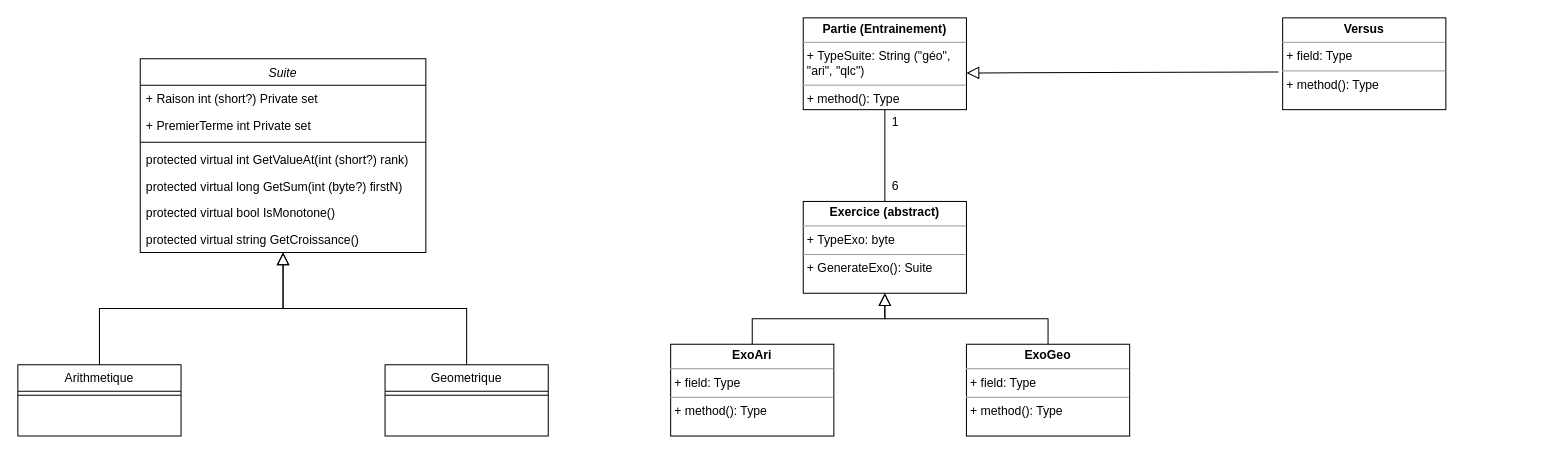
This is ClassDiagram.drawio from eSuardOdin/SuitesNumeriques, a draw.io file, before an edit. Source tidied: cells renumbered, new cells numbered last; positions are measured from the earlier drawing's top-left corner, leaving out a move shared by most shapes. Both pictures are drawn from the tidied source at 102%, with x=0, y=0 at pixel (17, 17).
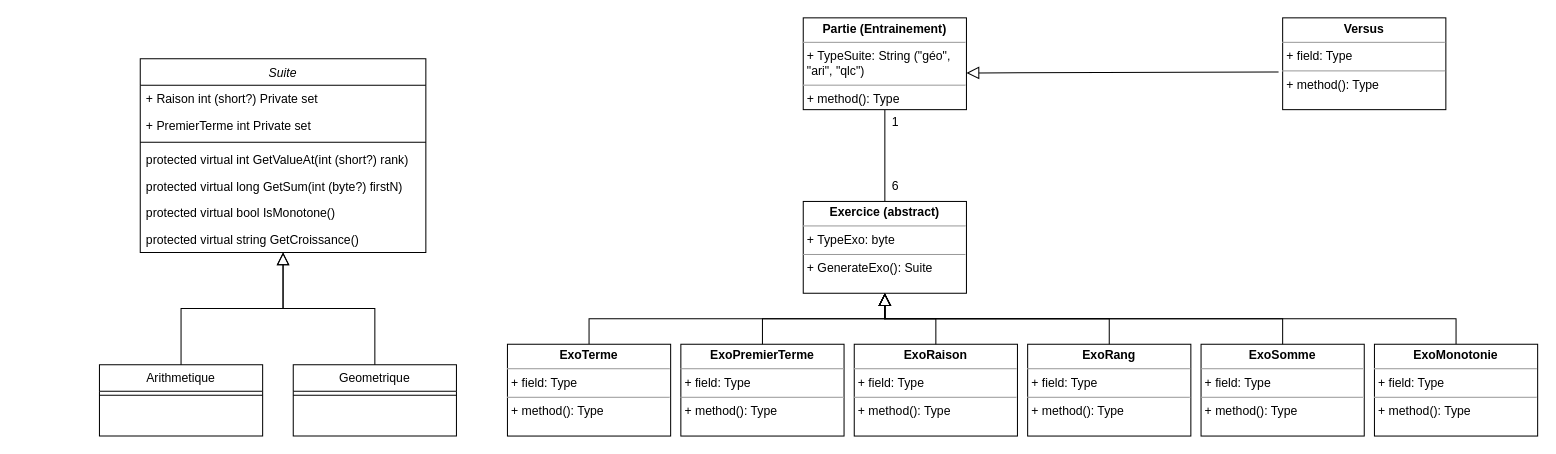
The same diagram, later.

The change refers to these unchanged cells:
```xml
<mxCell id="22" value="&lt;p style=&quot;margin:0px;margin-top:4px;text-align:center;&quot;&gt;&lt;b&gt;Exercice (abstract)&lt;/b&gt;&lt;/p&gt;&lt;hr size=&quot;1&quot;&gt;&lt;p style=&quot;margin:0px;margin-left:4px;&quot;&gt;+ TypeExo: byte&lt;/p&gt;&lt;hr size=&quot;1&quot;&gt;&lt;p style=&quot;margin:0px;margin-left:4px;&quot;&gt;+ GenerateExo(): Suite&lt;/p&gt;" style="verticalAlign=top;align=left;overflow=fill;fontSize=12;fontFamily=Helvetica;html=1;whiteSpace=wrap;" parent="1" vertex="1">
  <mxGeometry x="770" y="180" width="160" height="90" as="geometry" />
</mxCell>
```

Diff of the diagram source:
```diff
@@
     <mxCell id="10" value="Arithmetique" style="swimlane;fontStyle=0;align=center;verticalAlign=top;horizontal=1;startSize=26;rounded=0;shadow=0;strokeWidth=1;" parent="1" vertex="1">
-      <mxGeometry y="340" width="160" height="70" as="geometry" />
+      <mxGeometry x="80" y="340" width="160" height="70" as="geometry" />
     </mxCell>
@@
     <mxCell id="13" value="Geometrique" style="swimlane;fontStyle=0;align=center;verticalAlign=top;horizontal=1;startSize=26;rounded=0;shadow=0;strokeWidth=1;" parent="1" vertex="1">
-      <mxGeometry x="360" y="340" width="160" height="70" as="geometry" />
+      <mxGeometry x="270" y="340" width="160" height="70" as="geometry" />
     </mxCell>
@@
-    <mxCell id="23" value="&lt;p style=&quot;margin:0px;margin-top:4px;text-align:center;&quot;&gt;&lt;b&gt;ExoGeo&lt;/b&gt;&lt;/p&gt;&lt;hr size=&quot;1&quot;&gt;&lt;p style=&quot;margin:0px;margin-left:4px;&quot;&gt;+ field: Type&lt;/p&gt;&lt;hr size=&quot;1&quot;&gt;&lt;p style=&quot;margin:0px;margin-left:4px;&quot;&gt;+ method(): Type&lt;/p&gt;" style="verticalAlign=top;align=left;overflow=fill;fontSize=12;fontFamily=Helvetica;html=1;whiteSpace=wrap;" parent="1" vertex="1">
-      <mxGeometry x="930" y="320" width="160" height="90" as="geometry" />
-    </mxCell>
-    <mxCell id="24" value="&lt;p style=&quot;margin:0px;margin-top:4px;text-align:center;&quot;&gt;&lt;b&gt;ExoAri&lt;/b&gt;&lt;/p&gt;&lt;hr size=&quot;1&quot;&gt;&lt;p style=&quot;margin:0px;margin-left:4px;&quot;&gt;+ field: Type&lt;/p&gt;&lt;hr size=&quot;1&quot;&gt;&lt;p style=&quot;margin:0px;margin-left:4px;&quot;&gt;+ method(): Type&lt;/p&gt;" style="verticalAlign=top;align=left;overflow=fill;fontSize=12;fontFamily=Helvetica;html=1;whiteSpace=wrap;" parent="1" vertex="1">
-      <mxGeometry x="640" y="320" width="160" height="90" as="geometry" />
-    </mxCell>
-    <mxCell id="25" style="endArrow=block;endSize=10;endFill=0;shadow=0;strokeWidth=1;rounded=0;edgeStyle=elbowEdgeStyle;elbow=vertical;exitX=0.5;exitY=0;exitDx=0;exitDy=0;entryX=0.5;entryY=1;entryDx=0;entryDy=0;" parent="1" edge="1" source="23" target="22">
+    <mxCell id="25" style="endArrow=block;endSize=10;endFill=0;shadow=0;strokeWidth=1;rounded=0;edgeStyle=elbowEdgeStyle;elbow=vertical;exitX=0.5;exitY=0;exitDx=0;exitDy=0;entryX=0.5;entryY=1;entryDx=0;entryDy=0;" parent="1" edge="1" source="32" target="22">
       <mxGeometry relative="1" as="geometry" />
     </mxCell>
-    <mxCell id="26" style="endArrow=block;endSize=10;endFill=0;shadow=0;strokeWidth=1;rounded=0;edgeStyle=elbowEdgeStyle;elbow=vertical;" parent="1" edge="1" source="24">
+    <mxCell id="26" style="endArrow=block;endSize=10;endFill=0;shadow=0;strokeWidth=1;rounded=0;edgeStyle=elbowEdgeStyle;elbow=vertical;exitX=0.5;exitY=0;exitDx=0;exitDy=0;" parent="1" edge="1" source="27">
       <mxGeometry relative="1" as="geometry">
         <mxPoint x="850" y="270" as="targetPoint" />
       </mxGeometry>
     </mxCell>
+    <mxCell id="27" value="&lt;p style=&quot;margin:0px;margin-top:4px;text-align:center;&quot;&gt;&lt;b&gt;ExoTerme&lt;/b&gt;&lt;/p&gt;&lt;hr size=&quot;1&quot;&gt;&lt;p style=&quot;margin:0px;margin-left:4px;&quot;&gt;+ field: Type&lt;/p&gt;&lt;hr size=&quot;1&quot;&gt;&lt;p style=&quot;margin:0px;margin-left:4px;&quot;&gt;+ method(): Type&lt;/p&gt;" style="verticalAlign=top;align=left;overflow=fill;fontSize=12;fontFamily=Helvetica;html=1;whiteSpace=wrap;" parent="1" vertex="1">
+      <mxGeometry x="480" y="320" width="160" height="90" as="geometry" />
+    </mxCell>
+    <mxCell id="28" value="&lt;p style=&quot;margin:0px;margin-top:4px;text-align:center;&quot;&gt;&lt;b&gt;ExoPremierTerme&lt;/b&gt;&lt;/p&gt;&lt;hr size=&quot;1&quot;&gt;&lt;p style=&quot;margin:0px;margin-left:4px;&quot;&gt;+ field: Type&lt;/p&gt;&lt;hr size=&quot;1&quot;&gt;&lt;p style=&quot;margin:0px;margin-left:4px;&quot;&gt;+ method(): Type&lt;/p&gt;" style="verticalAlign=top;align=left;overflow=fill;fontSize=12;fontFamily=Helvetica;html=1;whiteSpace=wrap;" parent="1" vertex="1">
+      <mxGeometry x="650" y="320" width="160" height="90" as="geometry" />
+    </mxCell>
+    <mxCell id="29" value="&lt;p style=&quot;margin:0px;margin-top:4px;text-align:center;&quot;&gt;&lt;b&gt;ExoRang&lt;/b&gt;&lt;/p&gt;&lt;hr size=&quot;1&quot;&gt;&lt;p style=&quot;margin:0px;margin-left:4px;&quot;&gt;+ field: Type&lt;/p&gt;&lt;hr size=&quot;1&quot;&gt;&lt;p style=&quot;margin:0px;margin-left:4px;&quot;&gt;+ method(): Type&lt;/p&gt;" style="verticalAlign=top;align=left;overflow=fill;fontSize=12;fontFamily=Helvetica;html=1;whiteSpace=wrap;" parent="1" vertex="1">
+      <mxGeometry x="990" y="320" width="160" height="90" as="geometry" />
+    </mxCell>
+    <mxCell id="30" value="&lt;p style=&quot;margin:0px;margin-top:4px;text-align:center;&quot;&gt;&lt;b&gt;ExoRaison&lt;/b&gt;&lt;/p&gt;&lt;hr size=&quot;1&quot;&gt;&lt;p style=&quot;margin:0px;margin-left:4px;&quot;&gt;+ field: Type&lt;/p&gt;&lt;hr size=&quot;1&quot;&gt;&lt;p style=&quot;margin:0px;margin-left:4px;&quot;&gt;+ method(): Type&lt;/p&gt;" style="verticalAlign=top;align=left;overflow=fill;fontSize=12;fontFamily=Helvetica;html=1;whiteSpace=wrap;" parent="1" vertex="1">
+      <mxGeometry x="820" y="320" width="160" height="90" as="geometry" />
+    </mxCell>
+    <mxCell id="31" value="&lt;p style=&quot;margin:0px;margin-top:4px;text-align:center;&quot;&gt;&lt;b&gt;ExoSomme&lt;/b&gt;&lt;/p&gt;&lt;hr size=&quot;1&quot;&gt;&lt;p style=&quot;margin:0px;margin-left:4px;&quot;&gt;+ field: Type&lt;/p&gt;&lt;hr size=&quot;1&quot;&gt;&lt;p style=&quot;margin:0px;margin-left:4px;&quot;&gt;+ method(): Type&lt;/p&gt;" style="verticalAlign=top;align=left;overflow=fill;fontSize=12;fontFamily=Helvetica;html=1;whiteSpace=wrap;" parent="1" vertex="1">
+      <mxGeometry x="1160" y="320" width="160" height="90" as="geometry" />
+    </mxCell>
+    <mxCell id="32" value="&lt;p style=&quot;margin:0px;margin-top:4px;text-align:center;&quot;&gt;&lt;b&gt;ExoMonotonie&lt;/b&gt;&lt;/p&gt;&lt;hr size=&quot;1&quot;&gt;&lt;p style=&quot;margin:0px;margin-left:4px;&quot;&gt;+ field: Type&lt;/p&gt;&lt;hr size=&quot;1&quot;&gt;&lt;p style=&quot;margin:0px;margin-left:4px;&quot;&gt;+ method(): Type&lt;/p&gt;" style="verticalAlign=top;align=left;overflow=fill;fontSize=12;fontFamily=Helvetica;html=1;whiteSpace=wrap;" parent="1" vertex="1">
+      <mxGeometry x="1330" y="320" width="160" height="90" as="geometry" />
+    </mxCell>
+    <mxCell id="33" style="endArrow=block;endSize=10;endFill=0;shadow=0;strokeWidth=1;rounded=0;edgeStyle=elbowEdgeStyle;elbow=vertical;exitX=0.5;exitY=0;exitDx=0;exitDy=0;entryX=0.5;entryY=1;entryDx=0;entryDy=0;" parent="1" edge="1" source="28" target="22">
+      <mxGeometry relative="1" as="geometry" />
+    </mxCell>
+    <mxCell id="34" style="endArrow=block;endSize=10;endFill=0;shadow=0;strokeWidth=1;rounded=0;edgeStyle=elbowEdgeStyle;elbow=vertical;entryX=0.5;entryY=1;entryDx=0;entryDy=0;" parent="1" edge="1" source="30" target="22">
+      <mxGeometry relative="1" as="geometry" />
+    </mxCell>
+    <mxCell id="35" style="endArrow=block;endSize=10;endFill=0;shadow=0;strokeWidth=1;rounded=0;edgeStyle=elbowEdgeStyle;elbow=vertical;exitX=0.5;exitY=0;exitDx=0;exitDy=0;entryX=0.5;entryY=1;entryDx=0;entryDy=0;" parent="1" edge="1" source="29" target="22">
+      <mxGeometry relative="1" as="geometry" />
+    </mxCell>
+    <mxCell id="36" style="endArrow=block;endSize=10;endFill=0;shadow=0;strokeWidth=1;rounded=0;edgeStyle=elbowEdgeStyle;elbow=vertical;exitX=0.5;exitY=0;exitDx=0;exitDy=0;entryX=0.5;entryY=1;entryDx=0;entryDy=0;" parent="1" edge="1" source="31" target="22">
+      <mxGeometry relative="1" as="geometry" />
+    </mxCell>
```
